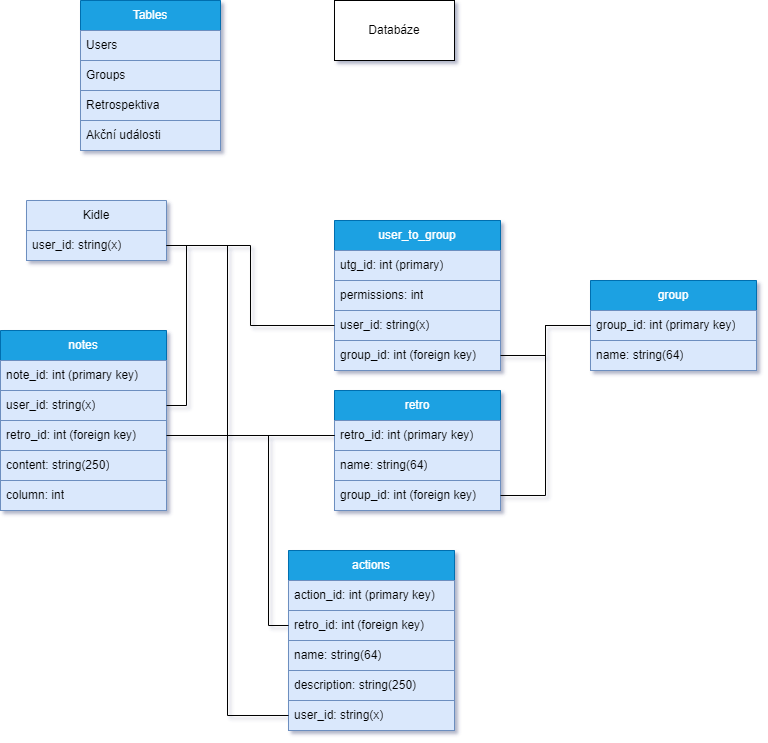
The draw.io diagram backend/app/database/schemes/Praeterium_DB_scheme.png in ProjNull/Praeteritum, before a commit. Source tidied: cells renumbered, new cells last; positions are measured from the earlier drawing's top-left corner, leaving out a move shared by most shapes.
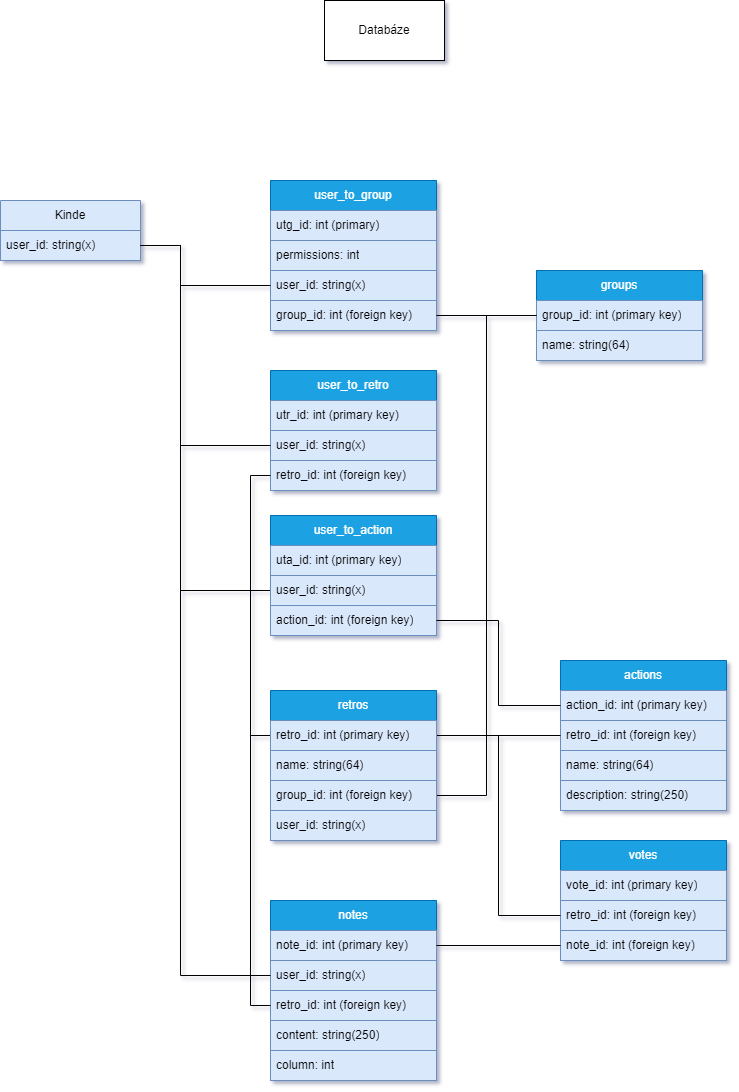
After the change.

Change to the diagram source:
```diff
@@ -2,26 +2,11 @@
   <root>
     <mxCell id="0" />
     <mxCell id="1" parent="0" />
-    <mxCell id="2" value="Tables" style="swimlane;fontStyle=0;horizontal=1;startSize=30;whiteSpace=wrap;html=1;fillColor=#1ba1e2;strokeColor=#006EAF;fontColor=#ffffff;" parent="1" vertex="1">
-      <mxGeometry x="80" width="140" height="150" as="geometry" />
-    </mxCell>
-    <mxCell id="3" value="Users" style="text;strokeColor=#6c8ebf;fillColor=#dae8fc;align=left;verticalAlign=middle;spacingLeft=4;spacingRight=4;overflow=hidden;whiteSpace=wrap;html=1;" parent="2" vertex="1">
-      <mxGeometry y="30" width="140" height="30" as="geometry" />
-    </mxCell>
-    <mxCell id="4" value="Groups" style="text;strokeColor=#6c8ebf;fillColor=#dae8fc;align=left;verticalAlign=middle;spacingLeft=4;spacingRight=4;overflow=hidden;whiteSpace=wrap;html=1;" parent="2" vertex="1">
-      <mxGeometry y="60" width="140" height="30" as="geometry" />
-    </mxCell>
-    <mxCell id="5" value="Retrospektiva" style="text;strokeColor=#6c8ebf;fillColor=#dae8fc;align=left;verticalAlign=middle;spacingLeft=4;spacingRight=4;overflow=hidden;whiteSpace=wrap;html=1;" parent="2" vertex="1">
-      <mxGeometry y="90" width="140" height="30" as="geometry" />
-    </mxCell>
-    <mxCell id="6" value="Akční události" style="text;strokeColor=#6c8ebf;fillColor=#dae8fc;align=left;verticalAlign=middle;spacingLeft=4;spacingRight=4;overflow=hidden;whiteSpace=wrap;html=1;" parent="2" vertex="1">
-      <mxGeometry y="120" width="140" height="30" as="geometry" />
-    </mxCell>
     <mxCell id="7" value="Databáze" style="rounded=0;whiteSpace=wrap;html=1;" parent="1" vertex="1">
       <mxGeometry x="334" width="120" height="60" as="geometry" />
     </mxCell>
     <mxCell id="8" value="user_to_group" style="swimlane;fontStyle=0;horizontal=1;startSize=30;whiteSpace=wrap;html=1;fillColor=#1ba1e2;fontColor=#ffffff;strokeColor=#006EAF;" parent="1" vertex="1">
-      <mxGeometry x="334" y="220" width="166" height="150" as="geometry" />
+      <mxGeometry x="280" y="180" width="166" height="150" as="geometry" />
     </mxCell>
     <mxCell id="9" value="utg_id: int (primary)" style="text;strokeColor=#6c8ebf;fillColor=#dae8fc;align=left;verticalAlign=middle;spacingLeft=4;spacingRight=4;overflow=hidden;whiteSpace=wrap;html=1;" parent="8" vertex="1">
       <mxGeometry y="30" width="166" height="30" as="geometry" />
@@ -36,10 +21,15 @@
       <mxGeometry y="120" width="166" height="30" as="geometry" />
     </mxCell>
     <mxCell id="13" style="edgeStyle=orthogonalEdgeStyle;rounded=0;jettySize=auto;html=1;exitX=1;exitY=0.5;exitDx=0;exitDy=0;entryX=0;entryY=0.5;entryDx=0;entryDy=0;startArrow=none;startFill=0;endArrow=none;endFill=0;" parent="1" edge="1" source="38" target="11">
-      <mxGeometry relative="1" as="geometry" />
+      <mxGeometry relative="1" as="geometry">
+        <Array as="points">
+          <mxPoint x="190" y="245" />
+          <mxPoint x="190" y="285" />
+        </Array>
+      </mxGeometry>
     </mxCell>
-    <mxCell id="14" value="group" style="swimlane;fontStyle=0;horizontal=1;startSize=30;whiteSpace=wrap;html=1;fillColor=#1ba1e2;fontColor=#ffffff;strokeColor=#006EAF;" parent="1" vertex="1">
-      <mxGeometry x="590" y="280" width="166" height="90" as="geometry" />
+    <mxCell id="14" value="groups" style="swimlane;fontStyle=0;horizontal=1;startSize=30;whiteSpace=wrap;html=1;fillColor=#1ba1e2;fontColor=#ffffff;strokeColor=#006EAF;" parent="1" vertex="1">
+      <mxGeometry x="546" y="270" width="166" height="90" as="geometry" />
     </mxCell>
     <mxCell id="15" value="group_id: int (primary key)" style="text;strokeColor=#6c8ebf;fillColor=#dae8fc;align=left;verticalAlign=middle;spacingLeft=4;spacingRight=4;overflow=hidden;points=[[0,0.5],[1,0.5]];portConstraint=eastwest;whiteSpace=wrap;html=1;" parent="14" vertex="1">
       <mxGeometry y="30" width="166" height="30" as="geometry" />
@@ -51,7 +41,7 @@
       <mxGeometry relative="1" as="geometry" />
     </mxCell>
     <mxCell id="18" value="actions" style="swimlane;fontStyle=0;horizontal=1;startSize=30;whiteSpace=wrap;html=1;fillColor=#1ba1e2;fontColor=#ffffff;strokeColor=#006EAF;" parent="1" vertex="1">
-      <mxGeometry x="288" y="550" width="166" height="180" as="geometry" />
+      <mxGeometry x="570" y="660" width="166" height="150" as="geometry" />
     </mxCell>
     <mxCell id="19" value="action_id: int (primary key)" style="text;strokeColor=#6c8ebf;fillColor=#dae8fc;align=left;verticalAlign=middle;spacingLeft=4;spacingRight=4;overflow=hidden;points=[[0,0.5],[1,0.5]];portConstraint=eastwest;whiteSpace=wrap;html=1;" parent="18" vertex="1">
       <mxGeometry y="30" width="166" height="30" as="geometry" />
@@ -65,29 +55,14 @@
     <mxCell id="22" value="description: string(250)" style="text;strokeColor=#6c8ebf;fillColor=#dae8fc;align=left;verticalAlign=middle;spacingLeft=4;spacingRight=4;overflow=hidden;whiteSpace=wrap;html=1;" parent="18" vertex="1">
       <mxGeometry y="120" width="166" height="30" as="geometry" />
     </mxCell>
-    <mxCell id="23" value="user_id: string(x)" style="text;strokeColor=#6c8ebf;fillColor=#dae8fc;align=left;verticalAlign=middle;spacingLeft=4;spacingRight=4;overflow=hidden;points=[[0,0.5],[1,0.5]];portConstraint=eastwest;whiteSpace=wrap;html=1;" parent="18" vertex="1">
-      <mxGeometry y="150" width="166" height="30" as="geometry" />
-    </mxCell>
-    <mxCell id="24" value="retro" style="swimlane;fontStyle=0;horizontal=1;startSize=30;whiteSpace=wrap;html=1;fillColor=#1ba1e2;fontColor=#ffffff;strokeColor=#006EAF;" parent="1" vertex="1">
-      <mxGeometry x="334" y="390" width="166" height="120" as="geometry" />
-    </mxCell>
-    <mxCell id="25" value="retro_id: int (primary key)" style="text;strokeColor=#6c8ebf;fillColor=#dae8fc;align=left;verticalAlign=middle;spacingLeft=4;spacingRight=4;overflow=hidden;points=[[0,0.5],[1,0.5]];portConstraint=eastwest;whiteSpace=wrap;html=1;" parent="24" vertex="1">
-      <mxGeometry y="30" width="166" height="30" as="geometry" />
-    </mxCell>
-    <mxCell id="26" value="name: string(64)" style="text;strokeColor=#6c8ebf;fillColor=#dae8fc;align=left;verticalAlign=middle;spacingLeft=4;spacingRight=4;overflow=hidden;whiteSpace=wrap;html=1;" parent="24" vertex="1">
-      <mxGeometry y="60" width="166" height="30" as="geometry" />
-    </mxCell>
-    <mxCell id="27" value="group_id: int (foreign key)" style="text;strokeColor=#6c8ebf;fillColor=#dae8fc;align=left;verticalAlign=middle;spacingLeft=4;spacingRight=4;overflow=hidden;points=[[0,0.5],[1,0.5]];portConstraint=eastwest;whiteSpace=wrap;html=1;" parent="24" vertex="1">
-      <mxGeometry y="90" width="166" height="30" as="geometry" />
-    </mxCell>
     <mxCell id="28" style="edgeStyle=orthogonalEdgeStyle;rounded=0;jettySize=auto;html=1;exitX=0;exitY=0.5;exitDx=0;exitDy=0;entryX=1;entryY=0.5;entryDx=0;entryDy=0;strokeColor=default;endArrow=none;endFill=0;" parent="1" edge="1" source="15" target="27">
       <mxGeometry relative="1" as="geometry" />
     </mxCell>
-    <mxCell id="29" style="edgeStyle=orthogonalEdgeStyle;rounded=0;jettySize=auto;html=1;exitX=0;exitY=0.5;exitDx=0;exitDy=0;entryX=0;entryY=0.5;entryDx=0;entryDy=0;startArrow=none;startFill=0;endArrow=none;endFill=0;" parent="1" edge="1" source="25" target="20">
+    <mxCell id="29" style="edgeStyle=orthogonalEdgeStyle;rounded=0;jettySize=auto;html=1;startArrow=none;startFill=0;endArrow=none;endFill=0;" parent="1" edge="1" source="25" target="20">
       <mxGeometry relative="1" as="geometry" />
     </mxCell>
     <mxCell id="30" value="notes" style="swimlane;fontStyle=0;horizontal=1;startSize=30;whiteSpace=wrap;html=1;fillColor=#1ba1e2;fontColor=#ffffff;strokeColor=#006EAF;" parent="1" vertex="1">
-      <mxGeometry y="330" width="166" height="180" as="geometry" />
+      <mxGeometry x="280" y="900" width="166" height="180" as="geometry" />
     </mxCell>
     <mxCell id="31" value="note_id: int (primary key)" style="text;strokeColor=#6c8ebf;fillColor=#dae8fc;align=left;verticalAlign=middle;spacingLeft=4;spacingRight=4;overflow=hidden;points=[[0,0.5],[1,0.5]];portConstraint=eastwest;whiteSpace=wrap;html=1;" parent="30" vertex="1">
       <mxGeometry y="30" width="166" height="30" as="geometry" />
@@ -104,20 +79,101 @@
     <mxCell id="35" value="&lt;span style=&quot;font-weight: normal;&quot;&gt;column: int&lt;/span&gt;" style="text;strokeColor=#6c8ebf;fillColor=#dae8fc;align=left;verticalAlign=middle;spacingLeft=4;spacingRight=4;overflow=hidden;whiteSpace=wrap;html=1;fontStyle=1;" parent="30" vertex="1">
       <mxGeometry y="150" width="166" height="30" as="geometry" />
     </mxCell>
-    <mxCell id="36" style="edgeStyle=orthogonalEdgeStyle;rounded=0;jettySize=auto;html=1;exitX=0;exitY=0.5;exitDx=0;exitDy=0;startArrow=none;startFill=0;endArrow=none;endFill=0;" parent="1" edge="1" source="25" target="33">
+    <mxCell id="36" style="edgeStyle=orthogonalEdgeStyle;rounded=0;jettySize=auto;html=1;exitX=0;exitY=0.5;exitDx=0;exitDy=0;startArrow=none;startFill=0;endArrow=none;endFill=0;entryX=0;entryY=0.5;entryDx=0;entryDy=0;" parent="1" edge="1" source="25" target="33">
       <mxGeometry relative="1" as="geometry" />
     </mxCell>
-    <mxCell id="37" value="Kidle" style="swimlane;fontStyle=0;horizontal=1;startSize=30;whiteSpace=wrap;html=1;fillColor=#dae8fc;strokeColor=#6c8ebf;" parent="1" vertex="1">
-      <mxGeometry x="26" y="200" width="140" height="60" as="geometry" />
+    <mxCell id="37" value="Kinde" style="swimlane;fontStyle=0;horizontal=1;startSize=30;whiteSpace=wrap;html=1;fillColor=#dae8fc;strokeColor=#6c8ebf;" parent="1" vertex="1">
+      <mxGeometry x="10" y="200" width="140" height="60" as="geometry" />
     </mxCell>
     <mxCell id="38" value="&lt;span style=&quot;text-align: center;&quot;&gt;user_id: string(x)&lt;/span&gt;" style="text;strokeColor=#6c8ebf;fillColor=#dae8fc;align=left;verticalAlign=middle;spacingLeft=4;spacingRight=4;overflow=hidden;points=[[0,0.5],[1,0.5]];portConstraint=eastwest;whiteSpace=wrap;html=1;" parent="37" vertex="1">
       <mxGeometry y="30" width="140" height="30" as="geometry" />
     </mxCell>
-    <mxCell id="39" style="edgeStyle=orthogonalEdgeStyle;rounded=0;jettySize=auto;html=1;entryX=1;entryY=0.75;entryDx=0;entryDy=0;startArrow=none;startFill=0;endArrow=none;endFill=0;" parent="1" edge="1" source="32" target="37">
-      <mxGeometry relative="1" as="geometry" />
+    <mxCell id="39" style="edgeStyle=orthogonalEdgeStyle;rounded=0;jettySize=auto;html=1;entryX=1;entryY=0.75;entryDx=0;entryDy=0;startArrow=none;startFill=0;endArrow=none;endFill=0;exitX=0;exitY=0.5;exitDx=0;exitDy=0;" parent="1" edge="1" source="32" target="37">
+      <mxGeometry relative="1" as="geometry">
+        <Array as="points">
+          <mxPoint x="190" y="975" />
+          <mxPoint x="190" y="245" />
+        </Array>
+      </mxGeometry>
     </mxCell>
+    <mxCell id="41" value="user_to_retro" style="swimlane;fontStyle=0;horizontal=1;startSize=30;whiteSpace=wrap;html=1;fillColor=#1ba1e2;fontColor=#ffffff;strokeColor=#006EAF;" parent="1" vertex="1">
+      <mxGeometry x="280" y="370" width="166" height="120" as="geometry" />
+    </mxCell>
+    <mxCell id="42" value="utr_id: int (primary key)" style="text;strokeColor=#6c8ebf;fillColor=#dae8fc;align=left;verticalAlign=middle;spacingLeft=4;spacingRight=4;overflow=hidden;whiteSpace=wrap;html=1;" parent="41" vertex="1">
+      <mxGeometry y="30" width="166" height="30" as="geometry" />
+    </mxCell>
+    <mxCell id="23" value="user_id: string(x)" style="text;strokeColor=#6c8ebf;fillColor=#dae8fc;align=left;verticalAlign=middle;spacingLeft=4;spacingRight=4;overflow=hidden;points=[[0,0.5],[1,0.5]];portConstraint=eastwest;whiteSpace=wrap;html=1;" parent="41" vertex="1">
+      <mxGeometry y="60" width="166" height="30" as="geometry" />
+    </mxCell>
+    <mxCell id="43" value="retro_id: int (foreign key)" style="text;strokeColor=#6c8ebf;fillColor=#dae8fc;align=left;verticalAlign=middle;spacingLeft=4;spacingRight=4;overflow=hidden;points=[[0,0.5],[1,0.5]];portConstraint=eastwest;whiteSpace=wrap;html=1;" parent="41" vertex="1">
+      <mxGeometry y="90" width="166" height="30" as="geometry" />
+    </mxCell>
+    <mxCell id="44" style="edgeStyle=orthogonalEdgeStyle;rounded=0;jettySize=auto;html=1;startArrow=none;startFill=0;endArrow=none;endFill=0;entryX=0;entryY=0.5;entryDx=0;entryDy=0;" parent="1" edge="1" source="43" target="25">
+      <mxGeometry relative="1" as="geometry" />
+    </mxCell>
-    <mxCell id="40" style="edgeStyle=orthogonalEdgeStyle;rounded=0;jettySize=auto;html=1;startArrow=none;startFill=0;endArrow=none;endFill=0;" parent="1" edge="1" source="23" target="38">
-      <mxGeometry relative="1" as="geometry" />
+    <mxCell id="40" style="edgeStyle=orthogonalEdgeStyle;rounded=0;jettySize=auto;html=1;startArrow=none;startFill=0;endArrow=none;endFill=0;exitX=0;exitY=0.5;exitDx=0;exitDy=0;entryX=1;entryY=0.5;entryDx=0;entryDy=0;" parent="1" edge="1" source="23" target="38">
+      <mxGeometry relative="1" as="geometry">
+        <Array as="points">
+          <mxPoint x="190" y="445" />
+          <mxPoint x="190" y="245" />
+        </Array>
+      </mxGeometry>
     </mxCell>
+    <mxCell id="45" value="votes" style="swimlane;fontStyle=0;horizontal=1;startSize=30;whiteSpace=wrap;html=1;fillColor=#1ba1e2;fontColor=#ffffff;strokeColor=#006EAF;" parent="1" vertex="1">
+      <mxGeometry x="570" y="840" width="166" height="120" as="geometry" />
+    </mxCell>
+    <mxCell id="46" value="vote_id: int (primary key)" style="text;strokeColor=#6c8ebf;fillColor=#dae8fc;align=left;verticalAlign=middle;spacingLeft=4;spacingRight=4;overflow=hidden;whiteSpace=wrap;html=1;" parent="45" vertex="1">
+      <mxGeometry y="30" width="166" height="30" as="geometry" />
+    </mxCell>
+    <mxCell id="47" value="retro_id: int (foreign key)" style="text;strokeColor=#6c8ebf;fillColor=#dae8fc;align=left;verticalAlign=middle;spacingLeft=4;spacingRight=4;overflow=hidden;points=[[0,0.5],[1,0.5]];portConstraint=eastwest;whiteSpace=wrap;html=1;" parent="45" vertex="1">
+      <mxGeometry y="60" width="166" height="30" as="geometry" />
+    </mxCell>
+    <mxCell id="48" value="note_id: int (foreign&amp;nbsp;key)" style="text;strokeColor=#6c8ebf;fillColor=#dae8fc;align=left;verticalAlign=middle;spacingLeft=4;spacingRight=4;overflow=hidden;points=[[0,0.5],[1,0.5]];portConstraint=eastwest;whiteSpace=wrap;html=1;" parent="45" vertex="1">
+      <mxGeometry y="90" width="166" height="30" as="geometry" />
+    </mxCell>
+    <mxCell id="49" style="edgeStyle=orthogonalEdgeStyle;rounded=0;jettySize=auto;html=1;startArrow=none;startFill=0;endArrow=none;endFill=0;" parent="1" edge="1" source="53" target="38">
+      <mxGeometry relative="1" as="geometry">
+        <Array as="points">
+          <mxPoint x="190" y="590" />
+          <mxPoint x="190" y="245" />
+        </Array>
+      </mxGeometry>
+    </mxCell>
+    <mxCell id="50" style="edgeStyle=orthogonalEdgeStyle;rounded=0;jettySize=auto;html=1;startArrow=none;startFill=0;endArrow=none;endFill=0;entryX=1;entryY=0.5;entryDx=0;entryDy=0;exitX=0;exitY=0.5;exitDx=0;exitDy=0;" parent="1" edge="1" source="47" target="25">
+      <mxGeometry relative="1" as="geometry" />
+    </mxCell>
+    <mxCell id="51" value="user_to_action" style="swimlane;fontStyle=0;horizontal=1;startSize=30;whiteSpace=wrap;html=1;fillColor=#1ba1e2;fontColor=#ffffff;strokeColor=#006EAF;" parent="1" vertex="1">
+      <mxGeometry x="280" y="515" width="166" height="120" as="geometry" />
+    </mxCell>
+    <mxCell id="52" value="uta_id: int (primary key)" style="text;strokeColor=#6c8ebf;fillColor=#dae8fc;align=left;verticalAlign=middle;spacingLeft=4;spacingRight=4;overflow=hidden;whiteSpace=wrap;html=1;" parent="51" vertex="1">
+      <mxGeometry y="30" width="166" height="30" as="geometry" />
+    </mxCell>
+    <mxCell id="53" value="&lt;span style=&quot;text-align: center;&quot;&gt;user_id: string(x)&lt;/span&gt;" style="text;strokeColor=#6c8ebf;fillColor=#dae8fc;align=left;verticalAlign=middle;spacingLeft=4;spacingRight=4;overflow=hidden;points=[[0,0.5],[1,0.5]];portConstraint=eastwest;whiteSpace=wrap;html=1;" parent="51" vertex="1">
+      <mxGeometry y="60" width="166" height="30" as="geometry" />
+    </mxCell>
+    <mxCell id="54" value="action_id: int (foreign key)" style="text;strokeColor=#6c8ebf;fillColor=#dae8fc;align=left;verticalAlign=middle;spacingLeft=4;spacingRight=4;overflow=hidden;points=[[0,0.5],[1,0.5]];portConstraint=eastwest;whiteSpace=wrap;html=1;" parent="51" vertex="1">
+      <mxGeometry y="90" width="166" height="30" as="geometry" />
+    </mxCell>
+    <mxCell id="55" style="edgeStyle=orthogonalEdgeStyle;rounded=0;jettySize=auto;html=1;startArrow=none;startFill=0;endArrow=none;endFill=0;" parent="1" edge="1" source="54" target="19">
+      <mxGeometry relative="1" as="geometry" />
+    </mxCell>
+    <mxCell id="56" style="edgeStyle=orthogonalEdgeStyle;rounded=0;jettySize=auto;html=1;startArrow=none;startFill=0;endArrow=none;endFill=0;exitX=0;exitY=0.5;exitDx=0;exitDy=0;" parent="1" edge="1" source="48" target="31">
+      <mxGeometry relative="1" as="geometry" />
+    </mxCell>
+    <mxCell id="24" value="retros" style="swimlane;fontStyle=0;horizontal=1;startSize=30;whiteSpace=wrap;html=1;fillColor=#1ba1e2;fontColor=#ffffff;strokeColor=#006EAF;" parent="1" vertex="1">
+      <mxGeometry x="280" y="690" width="166" height="150" as="geometry" />
+    </mxCell>
+    <mxCell id="25" value="retro_id: int (primary key)" style="text;strokeColor=#6c8ebf;fillColor=#dae8fc;align=left;verticalAlign=middle;spacingLeft=4;spacingRight=4;overflow=hidden;points=[[0,0.5],[1,0.5]];portConstraint=eastwest;whiteSpace=wrap;html=1;" parent="24" vertex="1">
+      <mxGeometry y="30" width="166" height="30" as="geometry" />
+    </mxCell>
+    <mxCell id="26" value="name: string(64)" style="text;strokeColor=#6c8ebf;fillColor=#dae8fc;align=left;verticalAlign=middle;spacingLeft=4;spacingRight=4;overflow=hidden;whiteSpace=wrap;html=1;" parent="24" vertex="1">
+      <mxGeometry y="60" width="166" height="30" as="geometry" />
+    </mxCell>
+    <mxCell id="27" value="group_id: int (foreign key)" style="text;strokeColor=#6c8ebf;fillColor=#dae8fc;align=left;verticalAlign=middle;spacingLeft=4;spacingRight=4;overflow=hidden;points=[[0,0.5],[1,0.5]];portConstraint=eastwest;whiteSpace=wrap;html=1;" parent="24" vertex="1">
+      <mxGeometry y="90" width="166" height="30" as="geometry" />
+    </mxCell>
+    <mxCell id="57" value="&lt;span style=&quot;text-align: center;&quot;&gt;user_id: string(x)&lt;/span&gt;" style="text;strokeColor=#6c8ebf;fillColor=#dae8fc;align=left;verticalAlign=middle;spacingLeft=4;spacingRight=4;overflow=hidden;whiteSpace=wrap;html=1;" parent="24" vertex="1">
+      <mxGeometry y="120" width="166" height="30" as="geometry" />
+    </mxCell>
   </root>
 </mxGraphModel>
```
